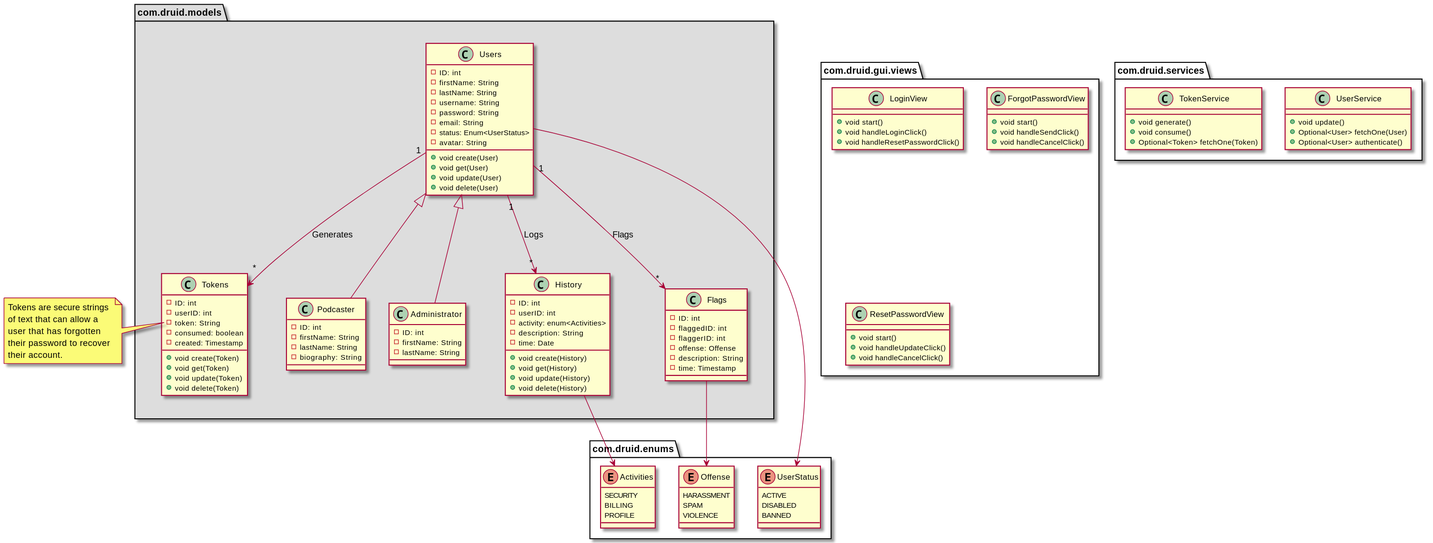
Above: doc/export/class/user.svg in Druid-ESPRIT/magnum-docs (PlantUML), before the change. The source it was exported from:
```plantuml
@startuml
package com.druid.gui.views {
   class LoginView {
      + void start()
      + void handleLoginClick()
      + void handleResetPasswordClick()
   }

   class ForgotPasswordView {
      + void start()
      + void handleSendClick()
      + void handleCancelClick()
   }

   class ResetPasswordView {
      + void start()
      + void handleUpdateClick()
      + void handleCancelClick()
   }
}

package com.druid.services {
   class UserService {
      + void update()
      + Optional<User> fetchOne(User)
      + Optional<User> authenticate()
   }

   class TokenService {
      + void generate()
      + void consume()
      + Optional<Token> fetchOne(Token)
   }
}

package com.druid.enums {
   enum UserStatus {
      ACTIVE
      DISABLED
      BANNED
   }

   enum Activities {
      SECURITY
      BILLING
      PROFILE
   }

   enum Offense {
      HARASSMENT
      SPAM
      VIOLENCE
   }
}

package com.druid.models #DDDDDD {

Users <|-- Podcaster
Users <|-- Administrator

Users "1" --> "*" Tokens: Generates
Users "1" --> "*" History: Logs
Users "1" --> "*" Flags: Flags

Users --> UserStatus
History --> Activities
Flags --> Offense

   class Users {
      - ID: int
      - firstName: String
      - lastName: String
      - username: String
      - password: String
      - email: String
      - status: Enum<UserStatus>
      - avatar: String
      + void create(User)
      + void get(User)
      + void update(User)
      + void delete(User)
   }

   class Podcaster {
      - ID: int
      - firstName: String
      - lastName: String
      - biography: String
   }

   class Administrator {
      - ID: int
      - firstName: String
      - lastName: String
   }

   class Tokens {
      - ID: int
      - userID: int
      - token: String
      - consumed: boolean
      - created: Timestamp
      + void create(Token)
      + void get(Token)
      + void update(Token)
      + void delete(Token)
   }

    class History {
      - ID: int
      - userID: int
      - activity: enum<Activities>
      - description: String
      - time: Date
      + void create(History)
      + void get(History)
      + void update(History)
      + void delete(History)
    }

    class Flags {
      - ID: int
      - flaggedID: int
      - flaggerID: int
      -	offense: Offense
      - description: String
      - time: Timestamp
    }
}

note left of Tokens::token
   Tokens are secure strings
   of text that can allow a
   user that has forgotten
   their password to recover
   their account.
end note
@enduml
```
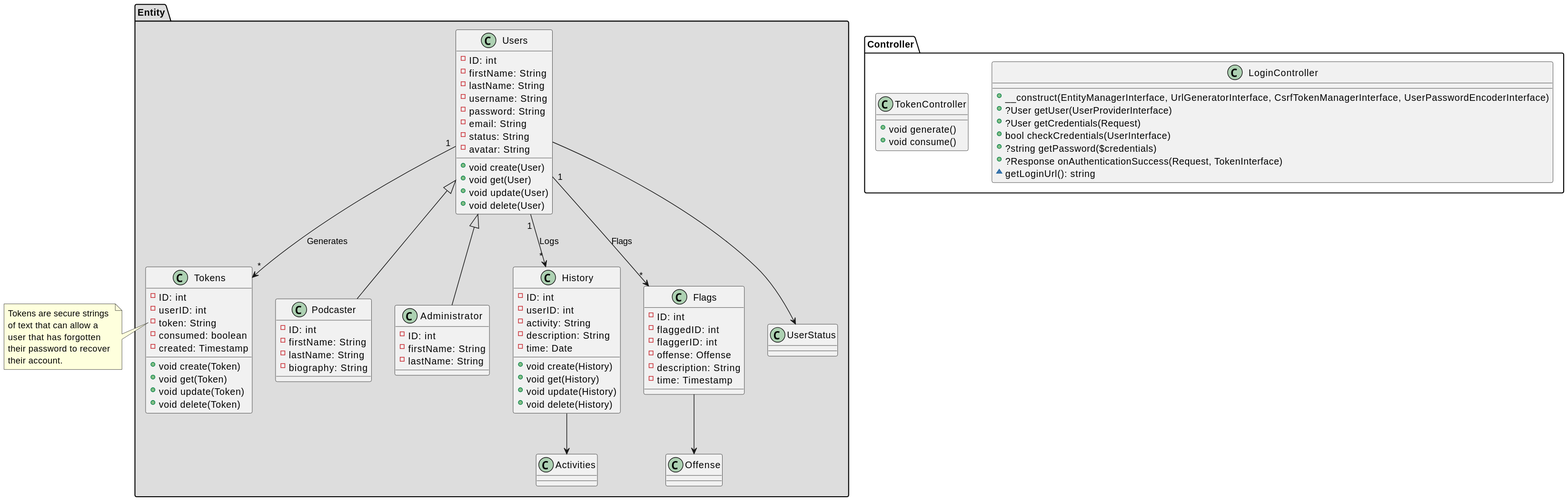
The same file after the commit.

What changed in the source:
```diff
@@ -1,59 +1,23 @@
 @startuml
-package com.druid.gui.views {
-   class LoginView {
-      + void start()
-      + void handleLoginClick()
-      + void handleResetPasswordClick()
+package Controller {
+
+   class LoginController {
+      + __construct(EntityManagerInterface, UrlGeneratorInterface, CsrfTokenManagerInterface, UserPasswordEncoderInterface)
+      + ?User getUser(UserProviderInterface)
+      + ?User getCredentials(Request)
+      + bool checkCredentials(UserInterface)
+      + ?string getPassword($credentials)
+      + ?Response onAuthenticationSuccess(Request, TokenInterface)
+      ~ getLoginUrl(): string
    }
 
-   class ForgotPasswordView {
-      + void start()
-      + void handleSendClick()
-      + void handleCancelClick()
-   }
-
-   class ResetPasswordView {
-      + void start()
-      + void handleUpdateClick()
-      + void handleCancelClick()
+   class TokenController {
+      + void generate()
+      + void consume()
    }
 }
 
-package com.druid.services {
-   class UserService {
-      + void update()
-      + Optional<User> fetchOne(User)
-      + Optional<User> authenticate()
-   }
-
-   class TokenService {
-      + void generate()
-      + void consume()
-      + Optional<Token> fetchOne(Token)
-   }
-}
-
-package com.druid.enums {
-   enum UserStatus {
-      ACTIVE
-      DISABLED
-      BANNED
-   }
-
-   enum Activities {
-      SECURITY
-      BILLING
-      PROFILE
-   }
-
-   enum Offense {
-      HARASSMENT
-      SPAM
-      VIOLENCE
-   }
-}
-
-package com.druid.models #DDDDDD {
+package Entity #DDDDDD {
 
 Users <|-- Podcaster
 Users <|-- Administrator
@@ -73,7 +37,7 @@
       - username: String
       - password: String
       - email: String
-      - status: Enum<UserStatus>
+      - status: String
       - avatar: String
       + void create(User)
       + void get(User)
@@ -109,7 +73,7 @@
     class History {
       - ID: int
       - userID: int
-      - activity: enum<Activities>
+      - activity: String
       - description: String
       - time: Date
       + void create(History)
```
